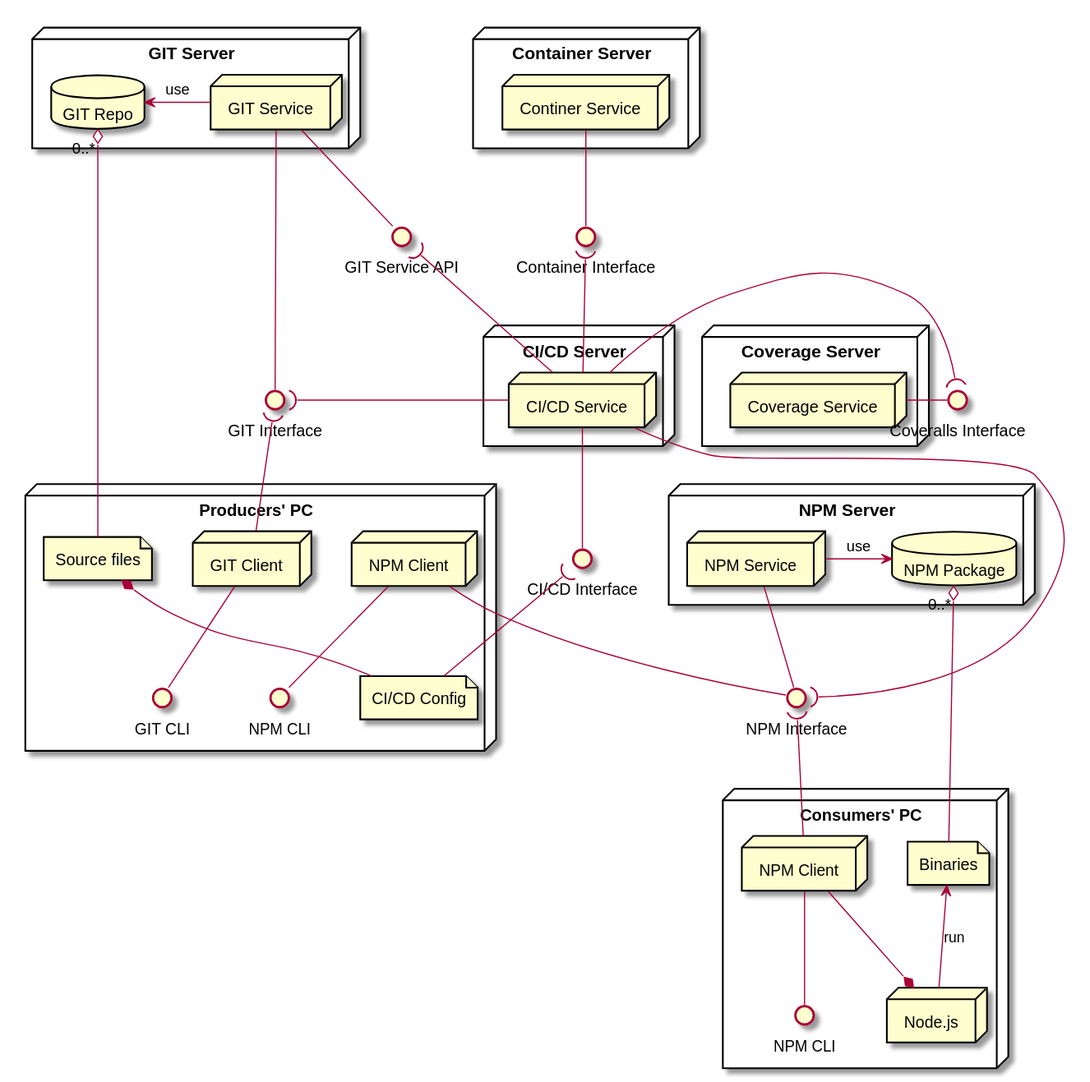
Above: doc/uml/cli/processes.svg in imazzine/design (PlantUML), before the change.
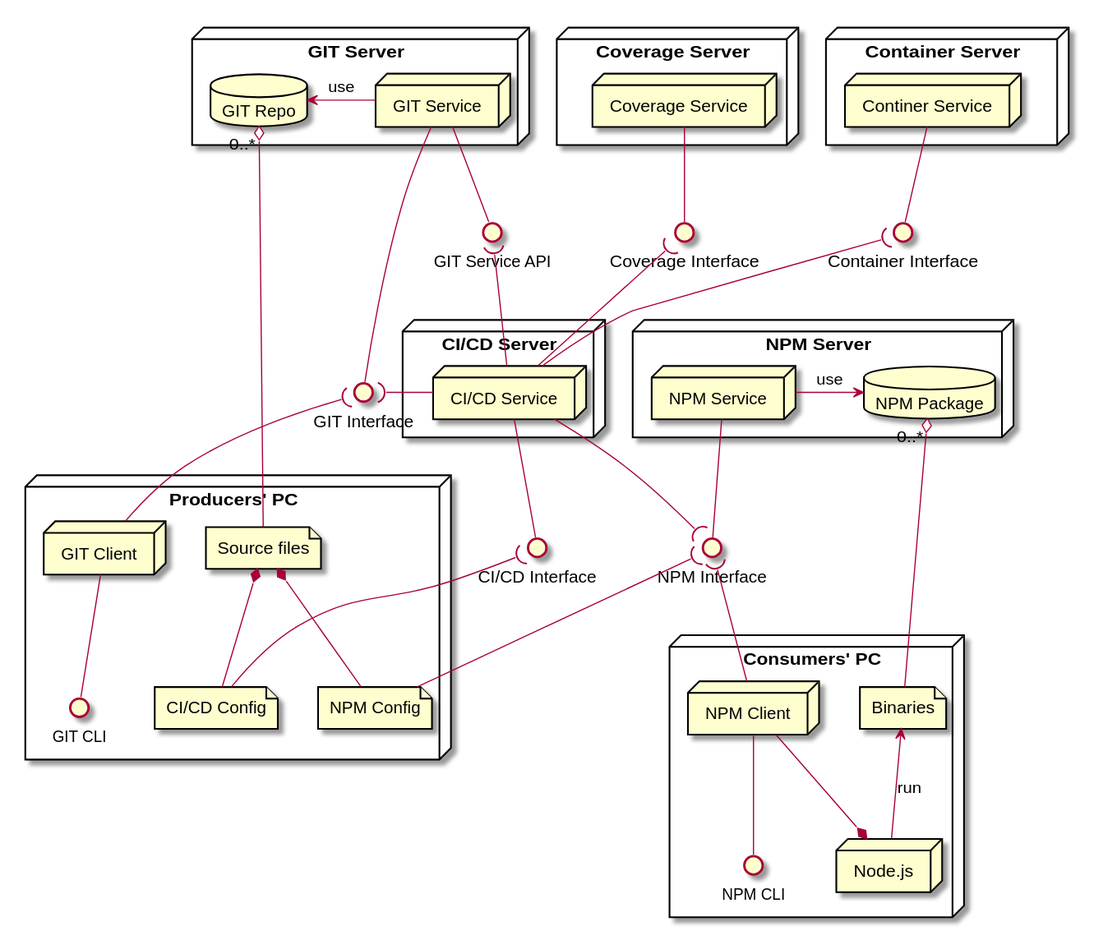
The same file after the commit.

Diff of the diagram source:
```diff
@@ -25,7 +25,7 @@
     CICDService -- CICDInterface
     GITServiceAPI )-- CICDService
     GITInterface )- CICDService
-    CICDService -( NPMInterface
+    CICDService --( NPMInterface
 
     node "Container Server" as ContainerServer {
         node "Continer Service" as ContainerService
@@ -37,26 +37,25 @@
     node "Coverage Server" as CoverageServer {
         node "Coverage Service" as CoverageService
     }
-    interface "Coveralls Interface" as CoverageInterface
-    CoverageService - CoverageInterface
-    CoverageInterface )- CICDService
+    interface "Coverage Interface" as CoverageInterface
+    CoverageService -- CoverageInterface
+    CoverageInterface )-- CICDService
 
     node "Producers' PC" as ProducerPC {
         node "GIT Client" as GITClient
         interface "GIT CLI" as GIT_CLI
         GITClient -- GIT_CLI
 
-        node "NPM Client" as NPMClientP
-        interface "NPM CLI" as NPM_CLI_P
-        NPMClientP -- NPMInterface
-        NPMClientP -- NPM_CLI_P
 
         file "Source files" as Sources
         file "CI/CD Config" as CICDConf
+        file "NPM Config" as NPMConfig
         GITRepo "0..*" o-- Sources
         Sources *-- CICDConf
+        Sources *-- NPMConfig
         GITInterface )-- GITClient
         CICDInterface )-- CICDConf
+        NPMInterface )-- NPMConfig
     }
 
     node "Consumers' PC" as ConsumerPC {
```
